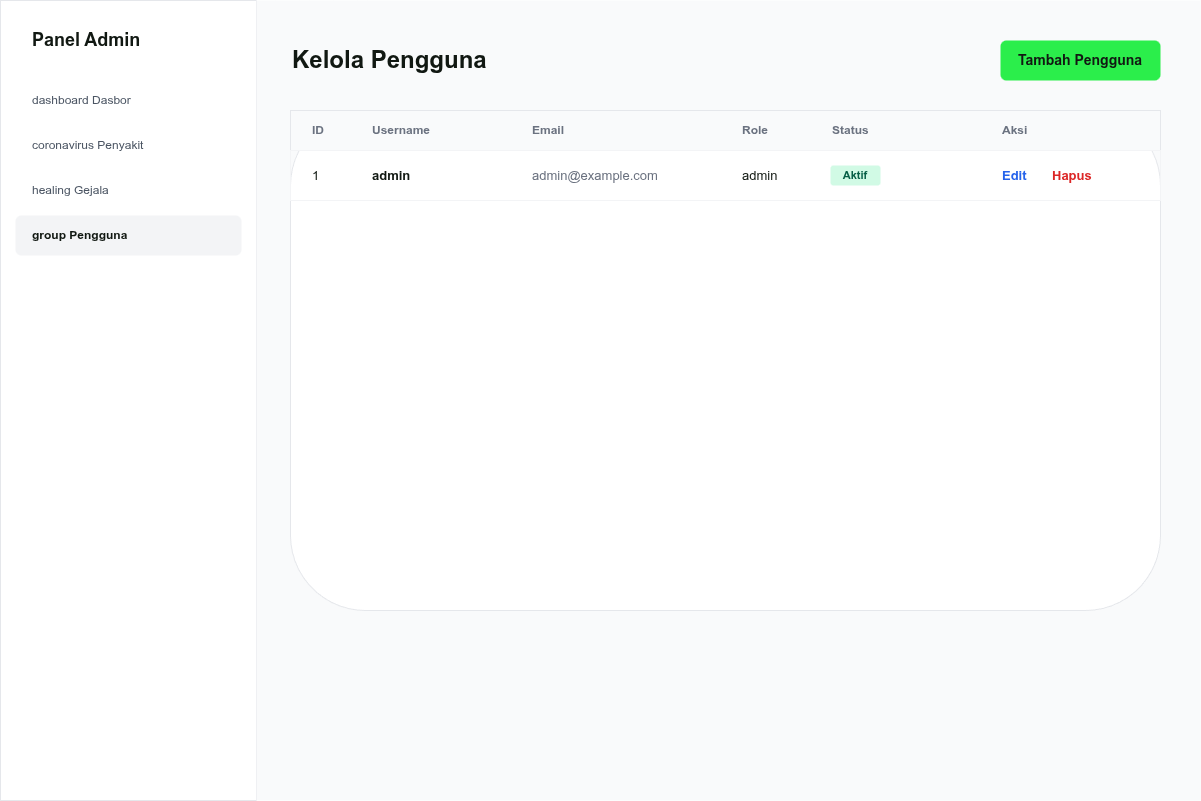
Before: diagram/desain/admin-lihat-user.png, a diagram exported from draw.io (RajaSunrise/kangkungku). Source tidied: cells renumbered, new cells last; positions are measured from the earlier drawing's top-left corner, leaving out a move shared by most shapes. Source of this version:
```xml
<mxGraphModel>
  <root>
    <mxCell id="0" />
    <mxCell id="1" parent="0" />
    <mxCell id="2" style="rounded=0;whiteSpace=wrap;html=1;fillColor=#FFFFFF;strokeColor=#E5E7EB;" parent="1" vertex="1">
      <mxGeometry width="256" height="800" as="geometry" />
    </mxCell>
    <mxCell id="3" value="Panel Admin" style="text;html=1;strokeColor=none;fillColor=none;align=left;verticalAlign=middle;whiteSpace=wrap;rounded=0;fontColor=#111812;fontSize=18;fontStyle=1;" parent="1" vertex="1">
      <mxGeometry x="30" y="20" width="200" height="40" as="geometry" />
    </mxCell>
    <mxCell id="4" value="dashboard  Dasbor" style="rounded=1;whiteSpace=wrap;html=1;fillColor=none;strokeColor=none;fontColor=#4B5563;align=left;spacingLeft=15;" parent="1" vertex="1">
      <mxGeometry x="15" y="80" width="226" height="40" as="geometry" />
    </mxCell>
    <mxCell id="5" value="coronavirus  Penyakit" style="rounded=1;whiteSpace=wrap;html=1;fillColor=none;strokeColor=none;fontColor=#4B5563;align=left;spacingLeft=15;" parent="1" vertex="1">
      <mxGeometry x="15" y="125" width="226" height="40" as="geometry" />
    </mxCell>
    <mxCell id="6" value="healing  Gejala" style="rounded=1;whiteSpace=wrap;html=1;fillColor=none;strokeColor=none;fontColor=#4B5563;align=left;spacingLeft=15;" parent="1" vertex="1">
      <mxGeometry x="15" y="170" width="226" height="40" as="geometry" />
    </mxCell>
    <mxCell id="7" value="group  Pengguna" style="rounded=1;whiteSpace=wrap;html=1;fillColor=#F3F4F6;strokeColor=none;fontColor=#111812;align=left;spacingLeft=15;fontStyle=1;" parent="1" vertex="1">
      <mxGeometry x="15" y="215" width="226" height="40" as="geometry" />
    </mxCell>
    <mxCell id="8" style="rounded=0;whiteSpace=wrap;html=1;fillColor=#F9FAFB;strokeColor=none;" parent="1" vertex="1">
      <mxGeometry x="256" width="944" height="800" as="geometry" />
    </mxCell>
    <mxCell id="9" value="Kelola Pengguna" style="text;html=1;strokeColor=none;fillColor=none;align=left;verticalAlign=middle;whiteSpace=wrap;rounded=0;fontColor=#111812;fontSize=24;fontStyle=1;" parent="1" vertex="1">
      <mxGeometry x="290" y="40" width="300" height="40" as="geometry" />
    </mxCell>
    <mxCell id="10" value="Tambah Pengguna" style="rounded=1;whiteSpace=wrap;html=1;fillColor=#2BEE4B;strokeColor=none;fontColor=#111812;fontStyle=1;fontSize=14;" parent="1" vertex="1">
      <mxGeometry x="1000" y="40" width="160" height="40" as="geometry" />
    </mxCell>
    <mxCell id="11" style="rounded=1;whiteSpace=wrap;html=1;fillColor=#FFFFFF;strokeColor=#E5E7EB;shadow=0;" parent="1" vertex="1">
      <mxGeometry x="290" y="110" width="870" height="500" as="geometry" />
    </mxCell>
    <mxCell id="12" style="rounded=0;whiteSpace=wrap;html=1;fillColor=#F9FAFB;strokeColor=#E5E7EB;" parent="1" vertex="1">
      <mxGeometry x="290" y="110" width="870" height="40" as="geometry" />
    </mxCell>
    <mxCell id="13" value="ID" style="text;html=1;strokeColor=none;fillColor=none;align=left;verticalAlign=middle;whiteSpace=wrap;rounded=0;fontColor=#6B7280;fontSize=12;fontStyle=1;" parent="1" vertex="1">
      <mxGeometry x="310" y="115" width="50" height="30" as="geometry" />
    </mxCell>
    <mxCell id="14" value="Username" style="text;html=1;strokeColor=none;fillColor=none;align=left;verticalAlign=middle;whiteSpace=wrap;rounded=0;fontColor=#6B7280;fontSize=12;fontStyle=1;" parent="1" vertex="1">
      <mxGeometry x="370" y="115" width="150" height="30" as="geometry" />
    </mxCell>
    <mxCell id="15" value="Email" style="text;html=1;strokeColor=none;fillColor=none;align=left;verticalAlign=middle;whiteSpace=wrap;rounded=0;fontColor=#6B7280;fontSize=12;fontStyle=1;" parent="1" vertex="1">
      <mxGeometry x="530" y="115" width="200" height="30" as="geometry" />
    </mxCell>
    <mxCell id="16" value="Role" style="text;html=1;strokeColor=none;fillColor=none;align=left;verticalAlign=middle;whiteSpace=wrap;rounded=0;fontColor=#6B7280;fontSize=12;fontStyle=1;" parent="1" vertex="1">
      <mxGeometry x="740" y="115" width="80" height="30" as="geometry" />
    </mxCell>
    <mxCell id="17" value="Status" style="text;html=1;strokeColor=none;fillColor=none;align=left;verticalAlign=middle;whiteSpace=wrap;rounded=0;fontColor=#6B7280;fontSize=12;fontStyle=1;" parent="1" vertex="1">
      <mxGeometry x="830" y="115" width="80" height="30" as="geometry" />
    </mxCell>
    <mxCell id="18" value="Aksi" style="text;html=1;strokeColor=none;fillColor=none;align=left;verticalAlign=middle;whiteSpace=wrap;rounded=0;fontColor=#6B7280;fontSize=12;fontStyle=1;" parent="1" vertex="1">
      <mxGeometry x="1000" y="115" width="100" height="30" as="geometry" />
    </mxCell>
    <mxCell id="19" style="rounded=0;whiteSpace=wrap;html=1;fillColor=none;strokeColor=#F3F4F6;" parent="1" vertex="1">
      <mxGeometry x="290" y="150" width="870" height="50" as="geometry" />
    </mxCell>
    <mxCell id="20" value="1" style="text;html=1;strokeColor=none;fillColor=none;align=left;verticalAlign=middle;whiteSpace=wrap;rounded=0;fontColor=#111812;fontSize=13;" parent="1" vertex="1">
      <mxGeometry x="310" y="160" width="50" height="30" as="geometry" />
    </mxCell>
    <mxCell id="21" value="admin" style="text;html=1;strokeColor=none;fillColor=none;align=left;verticalAlign=middle;whiteSpace=wrap;rounded=0;fontColor=#111812;fontSize=13;fontStyle=1;" parent="1" vertex="1">
      <mxGeometry x="370" y="160" width="150" height="30" as="geometry" />
    </mxCell>
    <mxCell id="22" value="admin@example.com" style="text;html=1;strokeColor=none;fillColor=none;align=left;verticalAlign=middle;whiteSpace=wrap;rounded=0;fontColor=#6B7280;fontSize=13;" parent="1" vertex="1">
      <mxGeometry x="530" y="160" width="200" height="30" as="geometry" />
    </mxCell>
    <mxCell id="23" value="admin" style="text;html=1;strokeColor=none;fillColor=none;align=left;verticalAlign=middle;whiteSpace=wrap;rounded=0;fontColor=#111812;fontSize=13;" parent="1" vertex="1">
      <mxGeometry x="740" y="160" width="80" height="30" as="geometry" />
    </mxCell>
    <mxCell id="24" value="Aktif" style="rounded=1;whiteSpace=wrap;html=1;fillColor=#D1FAE5;strokeColor=none;fontColor=#065F46;fontSize=11;fontStyle=1;" parent="1" vertex="1">
      <mxGeometry x="830" y="165" width="50" height="20" as="geometry" />
    </mxCell>
    <mxCell id="25" value="Edit" style="text;html=1;strokeColor=none;fillColor=none;align=left;verticalAlign=middle;whiteSpace=wrap;rounded=0;fontColor=#2563EB;fontSize=13;fontStyle=1;" parent="1" vertex="1">
      <mxGeometry x="1000" y="160" width="40" height="30" as="geometry" />
    </mxCell>
    <mxCell id="26" value="Hapus" style="text;html=1;strokeColor=none;fillColor=none;align=left;verticalAlign=middle;whiteSpace=wrap;rounded=0;fontColor=#DC2626;fontSize=13;fontStyle=1;" parent="1" vertex="1">
      <mxGeometry x="1050" y="160" width="50" height="30" as="geometry" />
    </mxCell>
  </root>
</mxGraphModel>
```
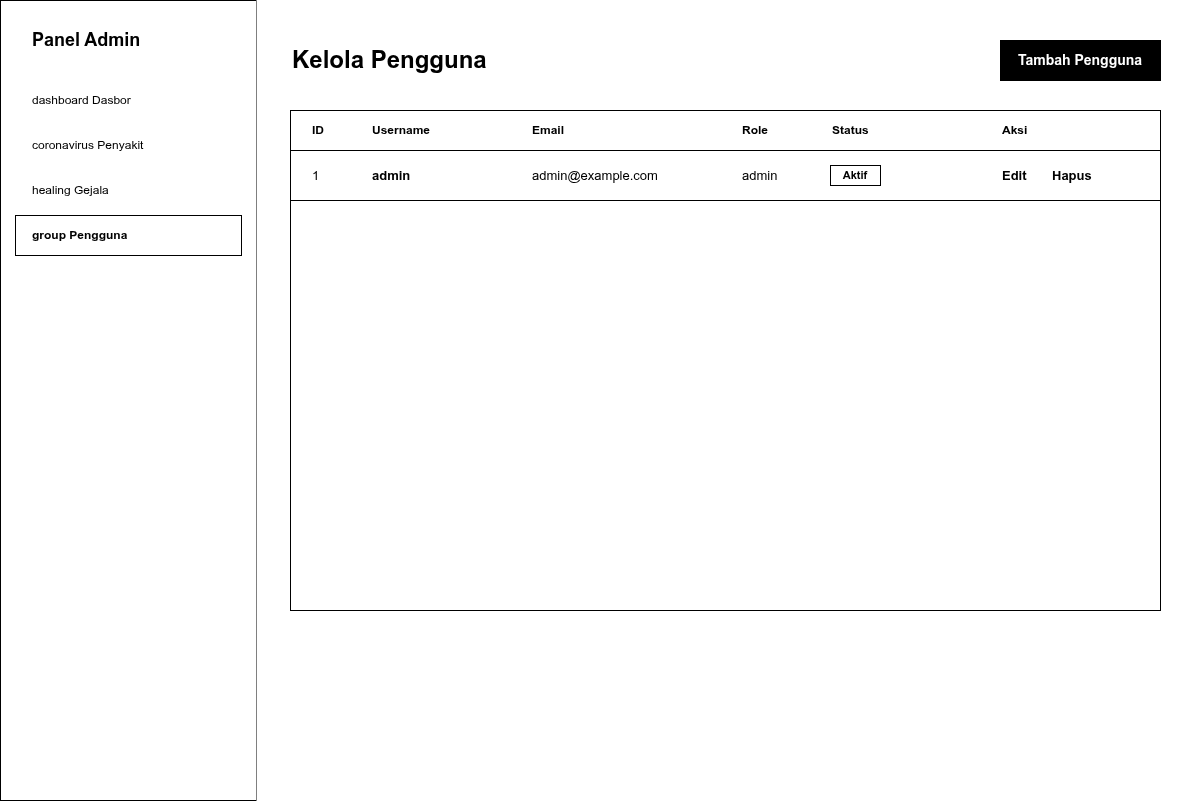
Above is the later version.

Change to the diagram source:
```diff
@@ -2,79 +2,79 @@
   <root>
     <mxCell id="0" />
     <mxCell id="1" parent="0" />
-    <mxCell id="2" style="rounded=0;whiteSpace=wrap;html=1;fillColor=#FFFFFF;strokeColor=#E5E7EB;" parent="1" vertex="1">
+    <mxCell id="2" style="rounded=0;whiteSpace=wrap;html=1;fillColor=#FFFFFF;strokeColor=#000000;" parent="1" vertex="1">
       <mxGeometry width="256" height="800" as="geometry" />
     </mxCell>
-    <mxCell id="3" value="Panel Admin" style="text;html=1;strokeColor=none;fillColor=none;align=left;verticalAlign=middle;whiteSpace=wrap;rounded=0;fontColor=#111812;fontSize=18;fontStyle=1;" parent="1" vertex="1">
+    <mxCell id="3" value="Panel Admin" style="text;html=1;strokeColor=none;fillColor=none;align=left;verticalAlign=middle;whiteSpace=wrap;rounded=0;fontColor=#000000;fontSize=18;fontStyle=1;" parent="1" vertex="1">
       <mxGeometry x="30" y="20" width="200" height="40" as="geometry" />
     </mxCell>
-    <mxCell id="4" value="dashboard  Dasbor" style="rounded=1;whiteSpace=wrap;html=1;fillColor=none;strokeColor=none;fontColor=#4B5563;align=left;spacingLeft=15;" parent="1" vertex="1">
+    <mxCell id="4" value="dashboard  Dasbor" style="rounded=0;whiteSpace=wrap;html=1;fillColor=none;strokeColor=none;fontColor=#000000;align=left;spacingLeft=15;" parent="1" vertex="1">
       <mxGeometry x="15" y="80" width="226" height="40" as="geometry" />
     </mxCell>
-    <mxCell id="5" value="coronavirus  Penyakit" style="rounded=1;whiteSpace=wrap;html=1;fillColor=none;strokeColor=none;fontColor=#4B5563;align=left;spacingLeft=15;" parent="1" vertex="1">
+    <mxCell id="5" value="coronavirus  Penyakit" style="rounded=0;whiteSpace=wrap;html=1;fillColor=none;strokeColor=none;fontColor=#000000;align=left;spacingLeft=15;" parent="1" vertex="1">
       <mxGeometry x="15" y="125" width="226" height="40" as="geometry" />
     </mxCell>
-    <mxCell id="6" value="healing  Gejala" style="rounded=1;whiteSpace=wrap;html=1;fillColor=none;strokeColor=none;fontColor=#4B5563;align=left;spacingLeft=15;" parent="1" vertex="1">
+    <mxCell id="6" value="healing  Gejala" style="rounded=0;whiteSpace=wrap;html=1;fillColor=none;strokeColor=none;fontColor=#000000;align=left;spacingLeft=15;" parent="1" vertex="1">
       <mxGeometry x="15" y="170" width="226" height="40" as="geometry" />
     </mxCell>
-    <mxCell id="7" value="group  Pengguna" style="rounded=1;whiteSpace=wrap;html=1;fillColor=#F3F4F6;strokeColor=none;fontColor=#111812;align=left;spacingLeft=15;fontStyle=1;" parent="1" vertex="1">
+    <mxCell id="7" value="group  Pengguna" style="rounded=0;whiteSpace=wrap;html=1;fillColor=#FFFFFF;strokeColor=#000000;fontColor=#000000;align=left;spacingLeft=15;fontStyle=1;" parent="1" vertex="1">
       <mxGeometry x="15" y="215" width="226" height="40" as="geometry" />
     </mxCell>
-    <mxCell id="8" style="rounded=0;whiteSpace=wrap;html=1;fillColor=#F9FAFB;strokeColor=none;" parent="1" vertex="1">
+    <mxCell id="8" style="rounded=0;whiteSpace=wrap;html=1;fillColor=#FFFFFF;strokeColor=none;" parent="1" vertex="1">
       <mxGeometry x="256" width="944" height="800" as="geometry" />
     </mxCell>
-    <mxCell id="9" value="Kelola Pengguna" style="text;html=1;strokeColor=none;fillColor=none;align=left;verticalAlign=middle;whiteSpace=wrap;rounded=0;fontColor=#111812;fontSize=24;fontStyle=1;" parent="1" vertex="1">
+    <mxCell id="9" value="Kelola Pengguna" style="text;html=1;strokeColor=none;fillColor=none;align=left;verticalAlign=middle;whiteSpace=wrap;rounded=0;fontColor=#000000;fontSize=24;fontStyle=1;" parent="1" vertex="1">
       <mxGeometry x="290" y="40" width="300" height="40" as="geometry" />
     </mxCell>
-    <mxCell id="10" value="Tambah Pengguna" style="rounded=1;whiteSpace=wrap;html=1;fillColor=#2BEE4B;strokeColor=none;fontColor=#111812;fontStyle=1;fontSize=14;" parent="1" vertex="1">
+    <mxCell id="10" value="Tambah Pengguna" style="rounded=0;whiteSpace=wrap;html=1;fillColor=#000000;strokeColor=#000000;fontColor=#FFFFFF;fontStyle=1;fontSize=14;" parent="1" vertex="1">
       <mxGeometry x="1000" y="40" width="160" height="40" as="geometry" />
     </mxCell>
-    <mxCell id="11" style="rounded=1;whiteSpace=wrap;html=1;fillColor=#FFFFFF;strokeColor=#E5E7EB;shadow=0;" parent="1" vertex="1">
+    <mxCell id="11" style="rounded=0;whiteSpace=wrap;html=1;fillColor=#FFFFFF;strokeColor=#000000;" parent="1" vertex="1">
       <mxGeometry x="290" y="110" width="870" height="500" as="geometry" />
     </mxCell>
-    <mxCell id="12" style="rounded=0;whiteSpace=wrap;html=1;fillColor=#F9FAFB;strokeColor=#E5E7EB;" parent="1" vertex="1">
+    <mxCell id="12" style="rounded=0;whiteSpace=wrap;html=1;fillColor=#FFFFFF;strokeColor=#000000;" parent="1" vertex="1">
       <mxGeometry x="290" y="110" width="870" height="40" as="geometry" />
     </mxCell>
-    <mxCell id="13" value="ID" style="text;html=1;strokeColor=none;fillColor=none;align=left;verticalAlign=middle;whiteSpace=wrap;rounded=0;fontColor=#6B7280;fontSize=12;fontStyle=1;" parent="1" vertex="1">
+    <mxCell id="13" value="ID" style="text;html=1;strokeColor=none;fillColor=none;align=left;verticalAlign=middle;whiteSpace=wrap;rounded=0;fontColor=#000000;fontSize=12;fontStyle=1;" parent="1" vertex="1">
       <mxGeometry x="310" y="115" width="50" height="30" as="geometry" />
     </mxCell>
-    <mxCell id="14" value="Username" style="text;html=1;strokeColor=none;fillColor=none;align=left;verticalAlign=middle;whiteSpace=wrap;rounded=0;fontColor=#6B7280;fontSize=12;fontStyle=1;" parent="1" vertex="1">
+    <mxCell id="14" value="Username" style="text;html=1;strokeColor=none;fillColor=none;align=left;verticalAlign=middle;whiteSpace=wrap;rounded=0;fontColor=#000000;fontSize=12;fontStyle=1;" parent="1" vertex="1">
       <mxGeometry x="370" y="115" width="150" height="30" as="geometry" />
     </mxCell>
-    <mxCell id="15" value="Email" style="text;html=1;strokeColor=none;fillColor=none;align=left;verticalAlign=middle;whiteSpace=wrap;rounded=0;fontColor=#6B7280;fontSize=12;fontStyle=1;" parent="1" vertex="1">
+    <mxCell id="15" value="Email" style="text;html=1;strokeColor=none;fillColor=none;align=left;verticalAlign=middle;whiteSpace=wrap;rounded=0;fontColor=#000000;fontSize=12;fontStyle=1;" parent="1" vertex="1">
       <mxGeometry x="530" y="115" width="200" height="30" as="geometry" />
     </mxCell>
-    <mxCell id="16" value="Role" style="text;html=1;strokeColor=none;fillColor=none;align=left;verticalAlign=middle;whiteSpace=wrap;rounded=0;fontColor=#6B7280;fontSize=12;fontStyle=1;" parent="1" vertex="1">
+    <mxCell id="16" value="Role" style="text;html=1;strokeColor=none;fillColor=none;align=left;verticalAlign=middle;whiteSpace=wrap;rounded=0;fontColor=#000000;fontSize=12;fontStyle=1;" parent="1" vertex="1">
       <mxGeometry x="740" y="115" width="80" height="30" as="geometry" />
     </mxCell>
-    <mxCell id="17" value="Status" style="text;html=1;strokeColor=none;fillColor=none;align=left;verticalAlign=middle;whiteSpace=wrap;rounded=0;fontColor=#6B7280;fontSize=12;fontStyle=1;" parent="1" vertex="1">
+    <mxCell id="17" value="Status" style="text;html=1;strokeColor=none;fillColor=none;align=left;verticalAlign=middle;whiteSpace=wrap;rounded=0;fontColor=#000000;fontSize=12;fontStyle=1;" parent="1" vertex="1">
       <mxGeometry x="830" y="115" width="80" height="30" as="geometry" />
     </mxCell>
-    <mxCell id="18" value="Aksi" style="text;html=1;strokeColor=none;fillColor=none;align=left;verticalAlign=middle;whiteSpace=wrap;rounded=0;fontColor=#6B7280;fontSize=12;fontStyle=1;" parent="1" vertex="1">
+    <mxCell id="18" value="Aksi" style="text;html=1;strokeColor=none;fillColor=none;align=left;verticalAlign=middle;whiteSpace=wrap;rounded=0;fontColor=#000000;fontSize=12;fontStyle=1;" parent="1" vertex="1">
       <mxGeometry x="1000" y="115" width="100" height="30" as="geometry" />
     </mxCell>
-    <mxCell id="19" style="rounded=0;whiteSpace=wrap;html=1;fillColor=none;strokeColor=#F3F4F6;" parent="1" vertex="1">
+    <mxCell id="19" style="rounded=0;whiteSpace=wrap;html=1;fillColor=none;strokeColor=#000000;" parent="1" vertex="1">
       <mxGeometry x="290" y="150" width="870" height="50" as="geometry" />
     </mxCell>
-    <mxCell id="20" value="1" style="text;html=1;strokeColor=none;fillColor=none;align=left;verticalAlign=middle;whiteSpace=wrap;rounded=0;fontColor=#111812;fontSize=13;" parent="1" vertex="1">
+    <mxCell id="20" value="1" style="text;html=1;strokeColor=none;fillColor=none;align=left;verticalAlign=middle;whiteSpace=wrap;rounded=0;fontColor=#000000;fontSize=13;" parent="1" vertex="1">
       <mxGeometry x="310" y="160" width="50" height="30" as="geometry" />
     </mxCell>
-    <mxCell id="21" value="admin" style="text;html=1;strokeColor=none;fillColor=none;align=left;verticalAlign=middle;whiteSpace=wrap;rounded=0;fontColor=#111812;fontSize=13;fontStyle=1;" parent="1" vertex="1">
+    <mxCell id="21" value="admin" style="text;html=1;strokeColor=none;fillColor=none;align=left;verticalAlign=middle;whiteSpace=wrap;rounded=0;fontColor=#000000;fontSize=13;fontStyle=1;" parent="1" vertex="1">
       <mxGeometry x="370" y="160" width="150" height="30" as="geometry" />
     </mxCell>
-    <mxCell id="22" value="admin@example.com" style="text;html=1;strokeColor=none;fillColor=none;align=left;verticalAlign=middle;whiteSpace=wrap;rounded=0;fontColor=#6B7280;fontSize=13;" parent="1" vertex="1">
+    <mxCell id="22" value="admin@example.com" style="text;html=1;strokeColor=none;fillColor=none;align=left;verticalAlign=middle;whiteSpace=wrap;rounded=0;fontColor=#000000;fontSize=13;" parent="1" vertex="1">
       <mxGeometry x="530" y="160" width="200" height="30" as="geometry" />
     </mxCell>
-    <mxCell id="23" value="admin" style="text;html=1;strokeColor=none;fillColor=none;align=left;verticalAlign=middle;whiteSpace=wrap;rounded=0;fontColor=#111812;fontSize=13;" parent="1" vertex="1">
+    <mxCell id="23" value="admin" style="text;html=1;strokeColor=none;fillColor=none;align=left;verticalAlign=middle;whiteSpace=wrap;rounded=0;fontColor=#000000;fontSize=13;" parent="1" vertex="1">
       <mxGeometry x="740" y="160" width="80" height="30" as="geometry" />
     </mxCell>
-    <mxCell id="24" value="Aktif" style="rounded=1;whiteSpace=wrap;html=1;fillColor=#D1FAE5;strokeColor=none;fontColor=#065F46;fontSize=11;fontStyle=1;" parent="1" vertex="1">
+    <mxCell id="24" value="Aktif" style="rounded=0;whiteSpace=wrap;html=1;fillColor=#FFFFFF;strokeColor=#000000;fontColor=#000000;fontSize=11;fontStyle=1;" parent="1" vertex="1">
       <mxGeometry x="830" y="165" width="50" height="20" as="geometry" />
     </mxCell>
-    <mxCell id="25" value="Edit" style="text;html=1;strokeColor=none;fillColor=none;align=left;verticalAlign=middle;whiteSpace=wrap;rounded=0;fontColor=#2563EB;fontSize=13;fontStyle=1;" parent="1" vertex="1">
+    <mxCell id="25" value="Edit" style="text;html=1;strokeColor=none;fillColor=none;align=left;verticalAlign=middle;whiteSpace=wrap;rounded=0;fontColor=#000000;fontSize=13;fontStyle=1;" parent="1" vertex="1">
       <mxGeometry x="1000" y="160" width="40" height="30" as="geometry" />
     </mxCell>
-    <mxCell id="26" value="Hapus" style="text;html=1;strokeColor=none;fillColor=none;align=left;verticalAlign=middle;whiteSpace=wrap;rounded=0;fontColor=#DC2626;fontSize=13;fontStyle=1;" parent="1" vertex="1">
+    <mxCell id="26" value="Hapus" style="text;html=1;strokeColor=none;fillColor=none;align=left;verticalAlign=middle;whiteSpace=wrap;rounded=0;fontColor=#000000;fontSize=13;fontStyle=1;" parent="1" vertex="1">
       <mxGeometry x="1050" y="160" width="50" height="30" as="geometry" />
     </mxCell>
   </root>
```
